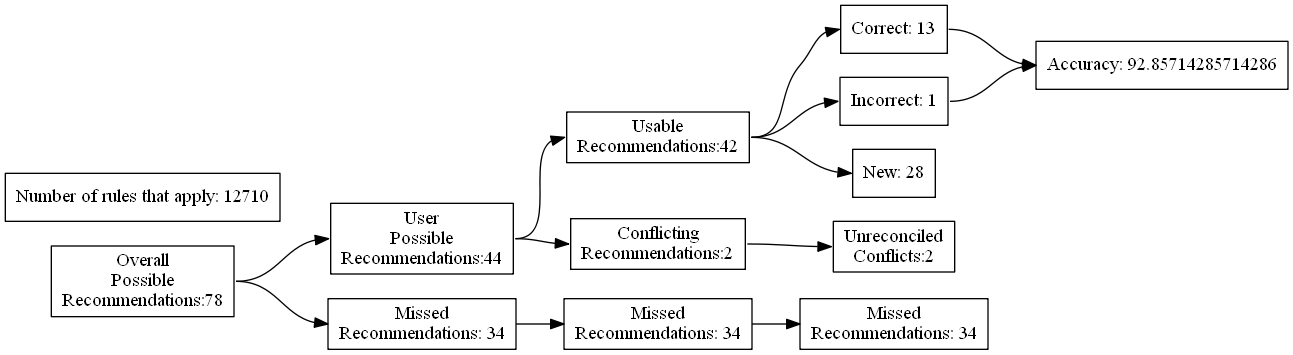
This is test_renders/45.gv.png from ZaxR/ibd_diet_analysis, a Graphviz export, as it was before one commit. Its source is kept beside it as test_renders/45.gv.
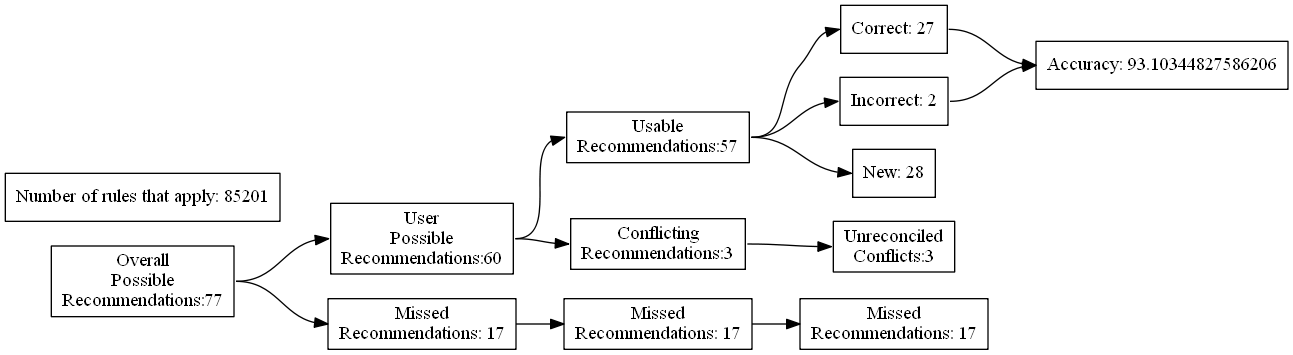
After the commit.

The edit, as a diff of the source:
```diff
@@ -4,27 +4,27 @@
 	edge [headport=w tailport=e]
 		A [label="Overall
 Possible
-Recommendations:78"]
+Recommendations:77"]
 		B [label="User
 Possible
-Recommendations:44"]
+Recommendations:60"]
 		C [label="Missed
-Recommendations: 34"]
+Recommendations: 17"]
 		D [label="Usable
-Recommendations:42"]
+Recommendations:57"]
 		E [label="Conflicting
-Recommendations:2"]
+Recommendations:3"]
 		J [label="Missed
-Recommendations: 34"]
+Recommendations: 17"]
 		M [label="Unreconciled
-Conflicts:2"]
-		F [label="Correct: 13"]
-		G [label="Incorrect: 1"]
+Conflicts:3"]
+		F [label="Correct: 27"]
+		G [label="Incorrect: 2"]
 		H [label="New: 28"]
 		K [label="Missed
-Recommendations: 34"]
-		I [label="Accuracy: 92.85714285714286"]
-		l [label="Number of rules that apply: 12710"]
+Recommendations: 17"]
+		I [label="Accuracy: 93.10344827586206"]
+		l [label="Number of rules that apply: 85201"]
 			A -> B
 			A -> C
 			B -> D
```
